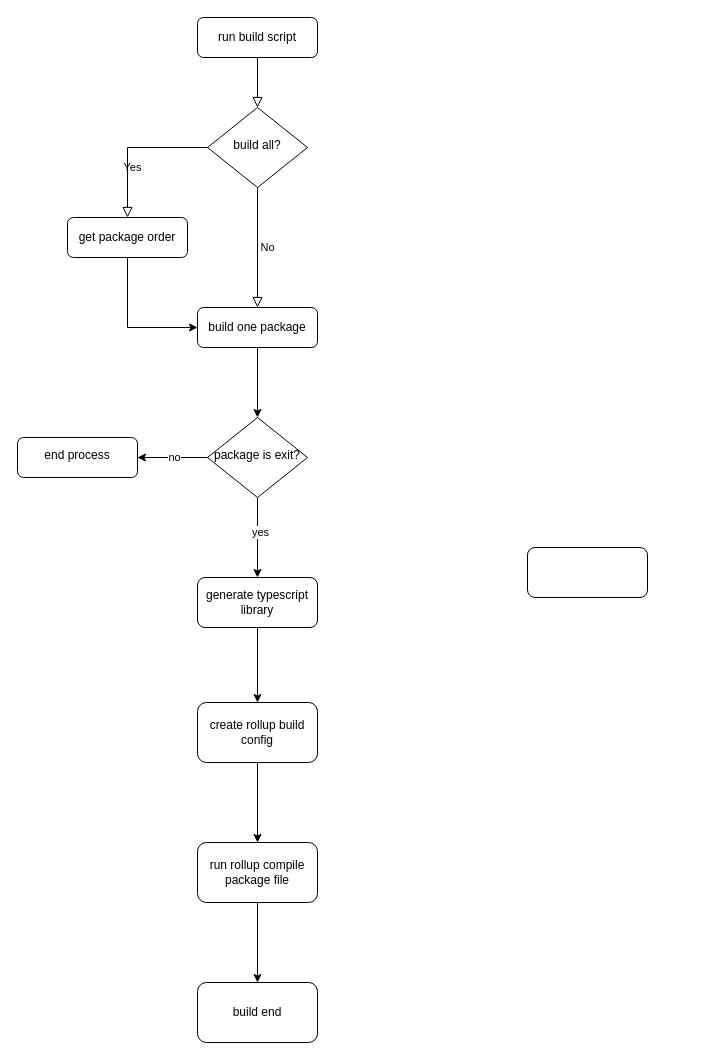
Before: Untitled Diagram.drawio in AmelloAster/flowchart, a draw.io diagram. Source tidied: cells renumbered, new cells numbered last; positions are measured from the earlier drawing's top-left corner, leaving out a move shared by most shapes. Both pictures are drawn from the tidied source at 100%, with x=0, y=0 at pixel (17, 17).
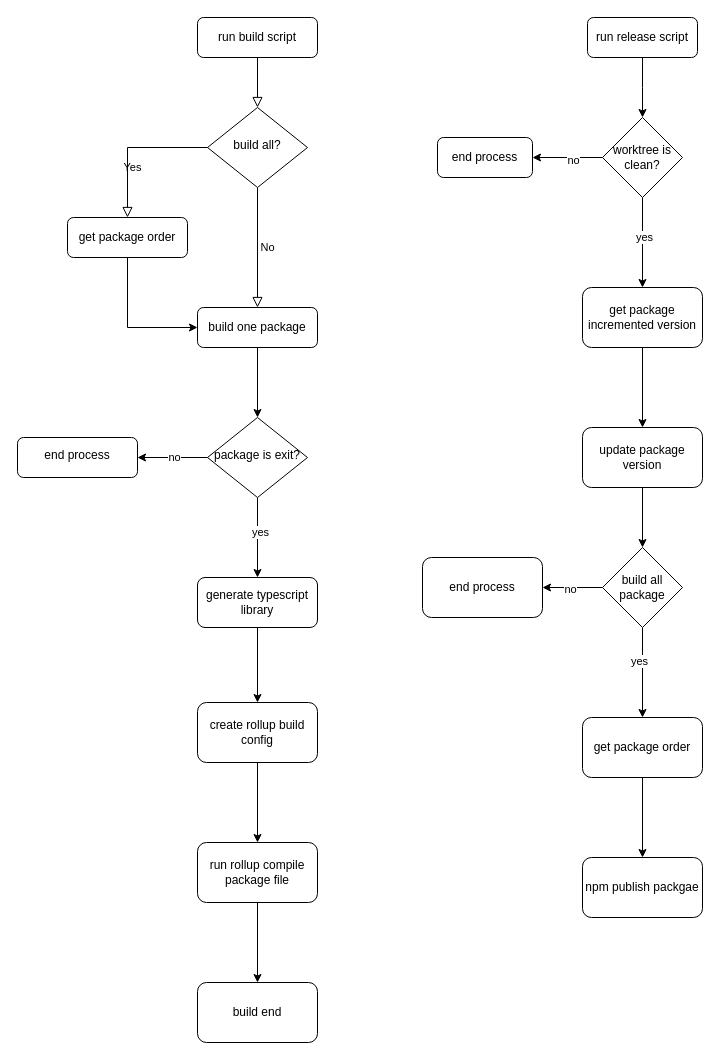
Above is the later version.

The edit, as a diff of the source:
```diff
@@
+    <mxCell id="25" style="edgeStyle=orthogonalEdgeStyle;rounded=0;jettySize=auto;html=1;" parent="1" edge="1" source="13">
+      <mxGeometry relative="1" as="geometry">
+        <mxPoint x="625" y="100" as="targetPoint" />
+      </mxGeometry>
+    </mxCell>
-    <mxCell id="13" style="rounded=1;whiteSpace=wrap;html=1;" parent="1" vertex="1">
-      <mxGeometry x="510" y="530" width="120" height="50" as="geometry" />
+    <mxCell id="13" value="run release script" style="rounded=1;whiteSpace=wrap;html=1;" parent="1" vertex="1">
+      <mxGeometry x="570" width="110" height="40" as="geometry" />
     </mxCell>
@@
+    <mxCell id="26" style="edgeStyle=orthogonalEdgeStyle;rounded=0;jettySize=auto;html=1;" parent="1" edge="1" source="30" target="31">
+      <mxGeometry relative="1" as="geometry" />
+    </mxCell>
+    <mxCell id="27" value="no" style="edgeLabel;html=1;align=center;verticalAlign=middle;" parent="26" vertex="1">
+      <mxGeometry x="-0.14" y="2" relative="1" as="geometry" />
+    </mxCell>
+    <mxCell id="28" style="edgeStyle=orthogonalEdgeStyle;rounded=0;jettySize=auto;html=1;" parent="1" edge="1" source="30" target="33">
+      <mxGeometry relative="1" as="geometry" />
+    </mxCell>
+    <mxCell id="29" value="yes" style="edgeLabel;html=1;align=center;verticalAlign=middle;" parent="28" vertex="1">
+      <mxGeometry x="-0.13" y="1" relative="1" as="geometry" />
+    </mxCell>
+    <mxCell id="30" value="worktree is clean?" style="rhombus;whiteSpace=wrap;html=1;" parent="1" vertex="1">
+      <mxGeometry x="585" y="100" width="80" height="80" as="geometry" />
+    </mxCell>
+    <mxCell id="31" value="end process" style="rounded=1;whiteSpace=wrap;html=1;" parent="1" vertex="1">
+      <mxGeometry x="420" y="120" width="95" height="40" as="geometry" />
+    </mxCell>
+    <mxCell id="32" style="edgeStyle=orthogonalEdgeStyle;rounded=0;jettySize=auto;html=1;" parent="1" edge="1" source="33" target="35">
+      <mxGeometry relative="1" as="geometry" />
+    </mxCell>
+    <mxCell id="33" value="get package incremented version" style="rounded=1;whiteSpace=wrap;html=1;" parent="1" vertex="1">
+      <mxGeometry x="565" y="270" width="120" height="60" as="geometry" />
+    </mxCell>
+    <mxCell id="34" style="edgeStyle=orthogonalEdgeStyle;rounded=0;jettySize=auto;html=1;" parent="1" edge="1" source="35" target="40">
+      <mxGeometry relative="1" as="geometry" />
+    </mxCell>
+    <mxCell id="35" value="update package version" style="rounded=1;whiteSpace=wrap;html=1;" parent="1" vertex="1">
+      <mxGeometry x="565" y="410" width="120" height="60" as="geometry" />
+    </mxCell>
+    <mxCell id="36" style="edgeStyle=orthogonalEdgeStyle;rounded=0;jettySize=auto;html=1;" parent="1" edge="1" source="40" target="41">
+      <mxGeometry relative="1" as="geometry" />
+    </mxCell>
+    <mxCell id="37" value="no" style="edgeLabel;html=1;align=center;verticalAlign=middle;" parent="36" vertex="1">
+      <mxGeometry x="0.1" y="1" relative="1" as="geometry" />
+    </mxCell>
+    <mxCell id="38" style="edgeStyle=orthogonalEdgeStyle;rounded=0;jettySize=auto;html=1;" parent="1" edge="1" source="40" target="43">
+      <mxGeometry relative="1" as="geometry" />
+    </mxCell>
+    <mxCell id="39" value="yes" style="edgeLabel;html=1;align=center;verticalAlign=middle;" parent="38" vertex="1">
+      <mxGeometry x="-0.27" y="-4" relative="1" as="geometry" />
+    </mxCell>
+    <mxCell id="40" value="build all package" style="rhombus;whiteSpace=wrap;html=1;" parent="1" vertex="1">
+      <mxGeometry x="585" y="530" width="80" height="80" as="geometry" />
+    </mxCell>
+    <mxCell id="41" value="end process" style="rounded=1;whiteSpace=wrap;html=1;" parent="1" vertex="1">
+      <mxGeometry x="405" y="540" width="120" height="60" as="geometry" />
+    </mxCell>
+    <mxCell id="42" style="edgeStyle=orthogonalEdgeStyle;rounded=0;jettySize=auto;html=1;" parent="1" edge="1" source="43" target="44">
+      <mxGeometry relative="1" as="geometry" />
+    </mxCell>
+    <mxCell id="43" value="get package order" style="rounded=1;whiteSpace=wrap;html=1;" parent="1" vertex="1">
+      <mxGeometry x="565" y="700" width="120" height="60" as="geometry" />
+    </mxCell>
+    <mxCell id="44" value="npm&amp;nbsp;publish packgae" style="whiteSpace=wrap;html=1;rounded=1;" parent="1" vertex="1">
+      <mxGeometry x="565" y="840" width="120" height="60" as="geometry" />
+    </mxCell>
```
